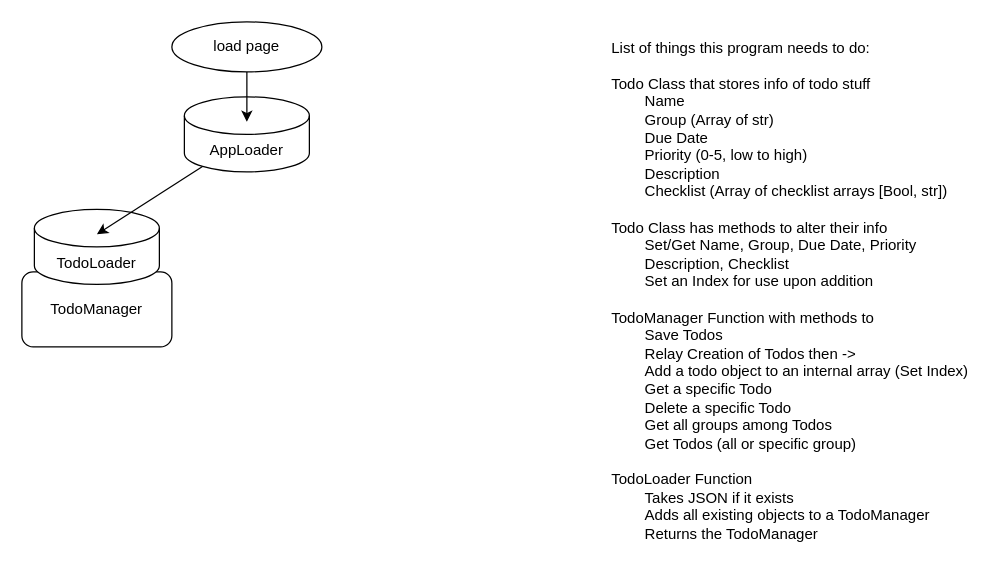
Above: plan.drawio in Larrys-code/To-Do-Project (draw.io), before the change. Source tidied: cells renumbered, new cells numbered last; positions are measured from the earlier drawing's top-left corner, leaving out a move shared by most shapes. Both pictures are drawn from the tidied source at 125%, with x=0, y=0 at pixel (21, 21).
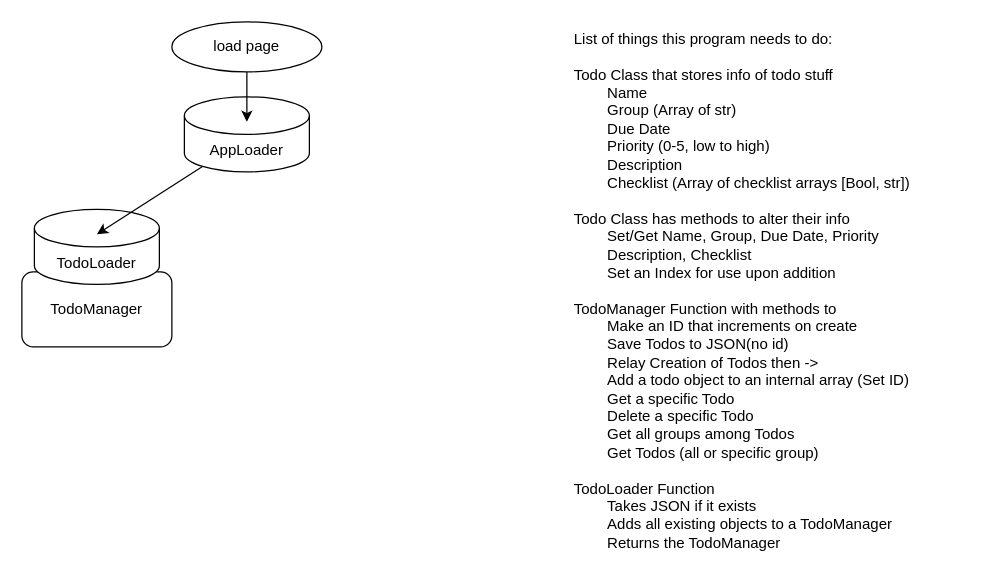
The same page after the edit.

Commit message (it also covers changes not shown here):
Build out basic ToDo Class

The edit, as a diff of the source:
```diff
@@
 <mxGraphModel>
   <root>
     <mxCell id="0" />
     <mxCell id="1" parent="0" />
     <mxCell id="2" value="AppLoader" style="shape=cylinder3;whiteSpace=wrap;html=1;boundedLbl=1;backgroundOutline=1;size=15;fillColor=default;" parent="1" vertex="1">
       <mxGeometry x="130" y="60" width="100" height="60" as="geometry" />
     </mxCell>
     <mxCell id="3" value="TodoManager" style="rounded=1;whiteSpace=wrap;html=1;fillColor=default;" parent="1" vertex="1">
       <mxGeometry y="200" width="120" height="60" as="geometry" />
     </mxCell>
     <mxCell id="4" value="load page" style="ellipse;whiteSpace=wrap;html=1;" parent="1" vertex="1">
       <mxGeometry x="120" width="120" height="40" as="geometry" />
     </mxCell>
-    <mxCell id="5" value="List of things this program needs to do:&lt;br&gt;&lt;br&gt;&lt;div style=&quot;&quot;&gt;&lt;span style=&quot;background-color: initial;&quot;&gt;Todo Class that stores info of todo stuff&lt;/span&gt;&lt;/div&gt;&lt;div style=&quot;&quot;&gt;&lt;span style=&quot;background-color: initial;&quot;&gt;&lt;span style=&quot;&quot;&gt;&#9;&lt;/span&gt;&lt;span style=&quot;white-space: pre;&quot;&gt;&#9;&lt;/span&gt;Name&lt;br&gt;&lt;/span&gt;&lt;/div&gt;&lt;div style=&quot;&quot;&gt;&lt;span style=&quot;background-color: initial;&quot;&gt;&lt;span style=&quot;&quot;&gt;&#9;&lt;/span&gt;&lt;span style=&quot;white-space: pre;&quot;&gt;&#9;&lt;/span&gt;Group (Array of str)&lt;br&gt;&lt;/span&gt;&lt;/div&gt;&lt;div style=&quot;&quot;&gt;&lt;span style=&quot;background-color: initial;&quot;&gt;&lt;span style=&quot;&quot;&gt;&#9;&lt;/span&gt;&lt;span style=&quot;white-space: pre;&quot;&gt;&#9;&lt;/span&gt;Due Date&lt;br&gt;&lt;/span&gt;&lt;/div&gt;&lt;div style=&quot;&quot;&gt;&lt;span style=&quot;background-color: initial;&quot;&gt;&lt;span style=&quot;&quot;&gt;&#9;&lt;/span&gt;&lt;span style=&quot;white-space: pre;&quot;&gt;&#9;&lt;/span&gt;Priority (0-5, low to high)&lt;br&gt;&lt;/span&gt;&lt;/div&gt;&lt;div style=&quot;&quot;&gt;&lt;/div&gt;&lt;div style=&quot;&quot;&gt;&lt;span style=&quot;background-color: initial;&quot;&gt;&lt;span style=&quot;&quot;&gt;&#9;&lt;/span&gt;&lt;span style=&quot;white-space: pre;&quot;&gt;&#9;&lt;/span&gt;Description&lt;br&gt;&lt;/span&gt;&lt;/div&gt;&lt;div style=&quot;&quot;&gt;&lt;span style=&quot;background-color: initial;&quot;&gt;&lt;span style=&quot;&quot;&gt;&#9;&lt;/span&gt;&lt;span style=&quot;white-space: pre;&quot;&gt;&#9;&lt;/span&gt;Checklist (Array of checklist arrays [Bool, str])&lt;br&gt;&lt;/span&gt;&lt;/div&gt;&lt;div style=&quot;&quot;&gt;&lt;span style=&quot;background-color: initial;&quot;&gt;&lt;span style=&quot;&quot;&gt;&#9;&lt;/span&gt;&lt;br&gt;&lt;/span&gt;&lt;/div&gt;&lt;div style=&quot;&quot;&gt;&lt;span style=&quot;background-color: initial;&quot;&gt;Todo Class has methods to alter their info&lt;/span&gt;&lt;/div&gt;&lt;div style=&quot;&quot;&gt;&lt;span style=&quot;background-color: initial;&quot;&gt;&lt;span style=&quot;&quot;&gt;&#9;&lt;/span&gt;&lt;span style=&quot;white-space: pre;&quot;&gt;&#9;&lt;/span&gt;Set/Get Name, Group, Due Date, Priority&lt;br&gt;&lt;/span&gt;&lt;/div&gt;&lt;div style=&quot;&quot;&gt;&lt;span style=&quot;background-color: initial;&quot;&gt;&lt;span style=&quot;&quot;&gt;&#9;&lt;/span&gt;&lt;span style=&quot;&quot;&gt;&#9;&lt;/span&gt;&lt;span style=&quot;white-space: pre;&quot;&gt;&#9;&lt;/span&gt;Description, Checklist&lt;br&gt;&lt;/span&gt;&lt;/div&gt;&lt;div style=&quot;&quot;&gt;&lt;span style=&quot;background-color: initial;&quot;&gt;&lt;span style=&quot;white-space: pre;&quot;&gt;&#9;&lt;/span&gt;Set an Index for use upon addition&lt;br&gt;&lt;/span&gt;&lt;/div&gt;&lt;div style=&quot;&quot;&gt;&lt;br&gt;&lt;/div&gt;&lt;div style=&quot;&quot;&gt;&lt;span style=&quot;background-color: initial;&quot;&gt;TodoManager Function with methods to&lt;/span&gt;&lt;/div&gt;&lt;div style=&quot;&quot;&gt;&lt;span style=&quot;white-space: pre;&quot;&gt;&#9;&lt;/span&gt;Save Todos&lt;br&gt;&lt;/div&gt;&lt;div style=&quot;&quot;&gt;&lt;span style=&quot;background-color: initial;&quot;&gt;&lt;span style=&quot;white-space: pre;&quot;&gt;&#9;&lt;/span&gt;Relay Creation of Todos then -&amp;gt;&lt;br&gt;&lt;/span&gt;&lt;/div&gt;&lt;div style=&quot;&quot;&gt;&lt;span style=&quot;background-color: initial;&quot;&gt;&lt;span style=&quot;&quot;&gt;&#9;&lt;/span&gt;&lt;span style=&quot;white-space: pre;&quot;&gt;&#9;&lt;/span&gt;Add a todo object to an internal array (Set Index)&lt;/span&gt;&lt;/div&gt;&lt;div style=&quot;&quot;&gt;&lt;span style=&quot;background-color: initial;&quot;&gt;&lt;span style=&quot;white-space: pre;&quot;&gt;&#9;&lt;/span&gt;Get a specific Todo&lt;br&gt;&lt;/span&gt;&lt;/div&gt;&lt;div style=&quot;&quot;&gt;&lt;span style=&quot;background-color: initial;&quot;&gt;&lt;span style=&quot;white-space: pre;&quot;&gt;&#9;&lt;/span&gt;Delete a specific Todo&lt;br&gt;&lt;/span&gt;&lt;/div&gt;&lt;div style=&quot;&quot;&gt;&lt;span style=&quot;background-color: initial;&quot;&gt;&lt;span style=&quot;white-space: pre;&quot;&gt;&#9;&lt;/span&gt;Get all groups among Todos&lt;br&gt;&lt;/span&gt;&lt;/div&gt;&lt;div style=&quot;&quot;&gt;&lt;/div&gt;&lt;div style=&quot;&quot;&gt;&lt;span style=&quot;background-color: initial;&quot;&gt;&lt;span style=&quot;white-space: pre;&quot;&gt;&#9;&lt;/span&gt;Get Todos (all or specific group)&lt;/span&gt;&lt;span style=&quot;background-color: initial; white-space: pre;&quot;&gt;&#9;&lt;/span&gt;&lt;/div&gt;&lt;div style=&quot;&quot;&gt;&lt;br&gt;&lt;/div&gt;&lt;div style=&quot;&quot;&gt;TodoLoader Function&lt;/div&gt;&lt;div style=&quot;&quot;&gt;&lt;span style=&quot;white-space: pre;&quot;&gt;&#9;&lt;/span&gt;Takes JSON if it exists&lt;br&gt;&lt;/div&gt;&lt;div style=&quot;&quot;&gt;&lt;span style=&quot;white-space: pre;&quot;&gt;&#9;&lt;/span&gt;Adds all existing objects to a TodoManager&lt;br&gt;&lt;/div&gt;&lt;div style=&quot;&quot;&gt;&lt;span style=&quot;white-space: pre;&quot;&gt;&#9;&lt;/span&gt;Returns the TodoManager&lt;br&gt;&lt;/div&gt;" style="text;strokeColor=none;align=left;fillColor=none;html=1;verticalAlign=middle;whiteSpace=wrap;rounded=0;" parent="1" vertex="1">
-      <mxGeometry x="470" width="300" height="430" as="geometry" />
+    <mxCell id="5" value="List of things this program needs to do:&lt;br&gt;&lt;br&gt;&lt;div style=&quot;&quot;&gt;&lt;span style=&quot;background-color: initial;&quot;&gt;Todo Class that stores info of todo stuff&lt;/span&gt;&lt;/div&gt;&lt;div style=&quot;&quot;&gt;&lt;span style=&quot;background-color: initial;&quot;&gt;&lt;span style=&quot;&quot;&gt;&#9;&lt;/span&gt;&lt;span style=&quot;white-space: pre;&quot;&gt;&#9;&lt;/span&gt;Name&lt;br&gt;&lt;/span&gt;&lt;/div&gt;&lt;div style=&quot;&quot;&gt;&lt;span style=&quot;background-color: initial;&quot;&gt;&lt;span style=&quot;&quot;&gt;&#9;&lt;/span&gt;&lt;span style=&quot;white-space: pre;&quot;&gt;&#9;&lt;/span&gt;Group (Array of str)&lt;br&gt;&lt;/span&gt;&lt;/div&gt;&lt;div style=&quot;&quot;&gt;&lt;span style=&quot;background-color: initial;&quot;&gt;&lt;span style=&quot;&quot;&gt;&#9;&lt;/span&gt;&lt;span style=&quot;white-space: pre;&quot;&gt;&#9;&lt;/span&gt;Due Date&lt;br&gt;&lt;/span&gt;&lt;/div&gt;&lt;div style=&quot;&quot;&gt;&lt;span style=&quot;background-color: initial;&quot;&gt;&lt;span style=&quot;&quot;&gt;&#9;&lt;/span&gt;&lt;span style=&quot;white-space: pre;&quot;&gt;&#9;&lt;/span&gt;Priority (0-5, low to high)&lt;br&gt;&lt;/span&gt;&lt;/div&gt;&lt;div style=&quot;&quot;&gt;&lt;/div&gt;&lt;div style=&quot;&quot;&gt;&lt;span style=&quot;background-color: initial;&quot;&gt;&lt;span style=&quot;&quot;&gt;&#9;&lt;/span&gt;&lt;span style=&quot;white-space: pre;&quot;&gt;&#9;&lt;/span&gt;Description&lt;br&gt;&lt;/span&gt;&lt;/div&gt;&lt;div style=&quot;&quot;&gt;&lt;span style=&quot;background-color: initial;&quot;&gt;&lt;span style=&quot;&quot;&gt;&#9;&lt;/span&gt;&lt;span style=&quot;white-space: pre;&quot;&gt;&#9;&lt;/span&gt;Checklist (Array of checklist arrays [Bool, str])&lt;br&gt;&lt;/span&gt;&lt;/div&gt;&lt;div style=&quot;&quot;&gt;&lt;span style=&quot;background-color: initial;&quot;&gt;&lt;span style=&quot;&quot;&gt;&#9;&lt;/span&gt;&lt;br&gt;&lt;/span&gt;&lt;/div&gt;&lt;div style=&quot;&quot;&gt;&lt;span style=&quot;background-color: initial;&quot;&gt;Todo Class has methods to alter their info&lt;/span&gt;&lt;/div&gt;&lt;div style=&quot;&quot;&gt;&lt;span style=&quot;background-color: initial;&quot;&gt;&lt;span style=&quot;&quot;&gt;&#9;&lt;/span&gt;&lt;span style=&quot;white-space: pre;&quot;&gt;&#9;&lt;/span&gt;Set/Get Name, Group, Due Date, Priority&lt;br&gt;&lt;/span&gt;&lt;/div&gt;&lt;div style=&quot;&quot;&gt;&lt;span style=&quot;background-color: initial;&quot;&gt;&lt;span style=&quot;&quot;&gt;&#9;&lt;/span&gt;&lt;span style=&quot;&quot;&gt;&#9;&lt;/span&gt;&lt;span style=&quot;white-space: pre;&quot;&gt;&#9;&lt;/span&gt;Description, Checklist&lt;br&gt;&lt;/span&gt;&lt;/div&gt;&lt;div style=&quot;&quot;&gt;&lt;span style=&quot;background-color: initial;&quot;&gt;&lt;span style=&quot;white-space: pre;&quot;&gt;&#9;&lt;/span&gt;Set an Index for use upon addition&lt;br&gt;&lt;/span&gt;&lt;/div&gt;&lt;div style=&quot;&quot;&gt;&lt;br&gt;&lt;/div&gt;&lt;div style=&quot;&quot;&gt;&lt;span style=&quot;background-color: initial;&quot;&gt;TodoManager Function with methods to&lt;/span&gt;&lt;/div&gt;&lt;div style=&quot;&quot;&gt;&lt;span style=&quot;background-color: initial;&quot;&gt;&lt;span style=&quot;white-space: pre;&quot;&gt;&#9;&lt;/span&gt;Make an ID that increments on create&lt;br&gt;&lt;/span&gt;&lt;/div&gt;&lt;div style=&quot;&quot;&gt;&lt;span style=&quot;white-space: pre;&quot;&gt;&#9;&lt;/span&gt;Save Todos to JSON(no id)&lt;br&gt;&lt;/div&gt;&lt;div style=&quot;&quot;&gt;&lt;span style=&quot;background-color: initial;&quot;&gt;&lt;span style=&quot;white-space: pre;&quot;&gt;&#9;&lt;/span&gt;Relay Creation of Todos then -&amp;gt;&lt;br&gt;&lt;/span&gt;&lt;/div&gt;&lt;div style=&quot;&quot;&gt;&lt;span style=&quot;background-color: initial;&quot;&gt;&lt;span style=&quot;&quot;&gt;&#9;&lt;/span&gt;&lt;span style=&quot;white-space: pre;&quot;&gt;&#9;&lt;/span&gt;Add a todo object to an internal array (Set ID)&lt;/span&gt;&lt;/div&gt;&lt;div style=&quot;&quot;&gt;&lt;span style=&quot;background-color: initial;&quot;&gt;&lt;span style=&quot;white-space: pre;&quot;&gt;&#9;&lt;/span&gt;Get a specific Todo&lt;br&gt;&lt;/span&gt;&lt;/div&gt;&lt;div style=&quot;&quot;&gt;&lt;span style=&quot;background-color: initial;&quot;&gt;&lt;span style=&quot;white-space: pre;&quot;&gt;&#9;&lt;/span&gt;Delete a specific Todo&lt;br&gt;&lt;/span&gt;&lt;/div&gt;&lt;div style=&quot;&quot;&gt;&lt;span style=&quot;background-color: initial;&quot;&gt;&lt;span style=&quot;white-space: pre;&quot;&gt;&#9;&lt;/span&gt;Get all groups among Todos&lt;br&gt;&lt;/span&gt;&lt;/div&gt;&lt;div style=&quot;&quot;&gt;&lt;/div&gt;&lt;div style=&quot;&quot;&gt;&lt;span style=&quot;background-color: initial;&quot;&gt;&lt;span style=&quot;white-space: pre;&quot;&gt;&#9;&lt;/span&gt;Get Todos (all or specific group)&lt;/span&gt;&lt;span style=&quot;background-color: initial; white-space: pre;&quot;&gt;&#9;&lt;/span&gt;&lt;/div&gt;&lt;div style=&quot;&quot;&gt;&lt;br&gt;&lt;/div&gt;&lt;div style=&quot;&quot;&gt;TodoLoader Function&lt;/div&gt;&lt;div style=&quot;&quot;&gt;&lt;span style=&quot;white-space: pre;&quot;&gt;&#9;&lt;/span&gt;Takes JSON if it exists&lt;br&gt;&lt;/div&gt;&lt;div style=&quot;&quot;&gt;&lt;span style=&quot;white-space: pre;&quot;&gt;&#9;&lt;/span&gt;Adds all existing objects to a TodoManager&lt;br&gt;&lt;/div&gt;&lt;div style=&quot;&quot;&gt;&lt;span style=&quot;white-space: pre;&quot;&gt;&#9;&lt;/span&gt;Returns the TodoManager&lt;br&gt;&lt;/div&gt;" style="text;strokeColor=none;align=left;fillColor=none;html=1;verticalAlign=middle;whiteSpace=wrap;rounded=0;" parent="1" vertex="1">
+      <mxGeometry x="440" width="330" height="430" as="geometry" />
     </mxCell>
     <mxCell id="6" value="TodoLoader" style="shape=cylinder3;whiteSpace=wrap;html=1;boundedLbl=1;backgroundOutline=1;size=15;fillColor=default;" parent="1" vertex="1">
       <mxGeometry x="10" y="150" width="100" height="60" as="geometry" />
     </mxCell>
     <mxCell id="7" style="edgeStyle=none;html=1;startArrow=none;" parent="1" edge="1" source="2">
       <mxGeometry relative="1" as="geometry">
         <mxPoint x="180" y="80" as="targetPoint" />
       </mxGeometry>
     </mxCell>
     <mxCell id="8" style="edgeStyle=none;html=1;endArrow=none;" parent="1" edge="1" source="4" target="2">
       <mxGeometry relative="1" as="geometry" />
     </mxCell>
     <mxCell id="9" style="edgeStyle=none;html=1;exitX=0.145;exitY=1;exitDx=0;exitDy=-4.35;exitPerimeter=0;entryX=0.5;entryY=0.333;entryDx=0;entryDy=0;entryPerimeter=0;" parent="1" edge="1" source="2" target="6">
       <mxGeometry relative="1" as="geometry" />
     </mxCell>
   </root>
 </mxGraphModel>
```
